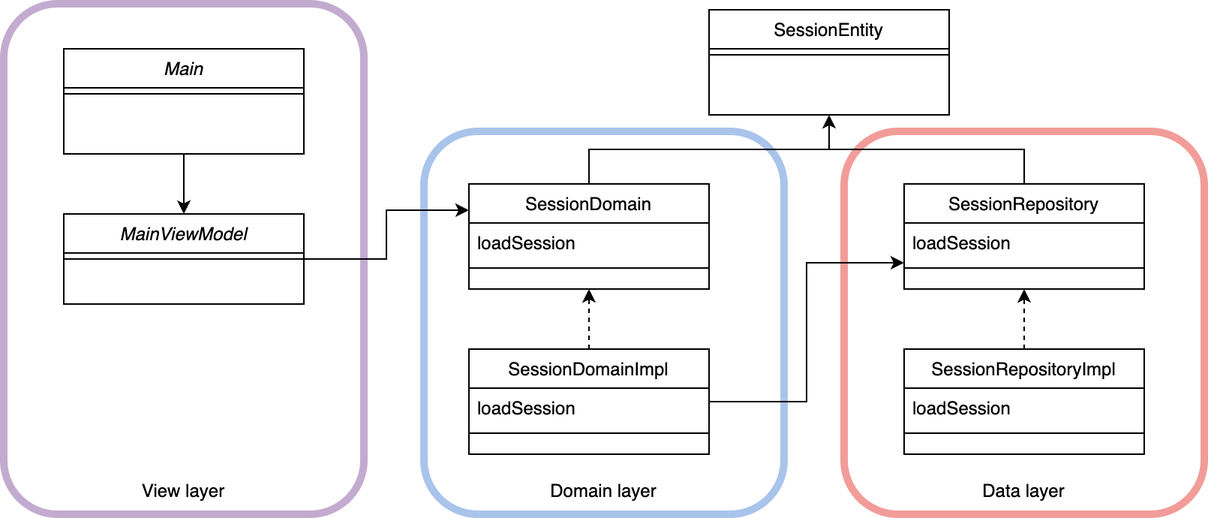
The draw.io diagram images/architecutre.png in droidknights/DroidKnightsApp, before a commit. Source tidied: cells renumbered, new cells last; positions are measured from the earlier drawing's top-left corner, leaving out a move shared by most shapes.
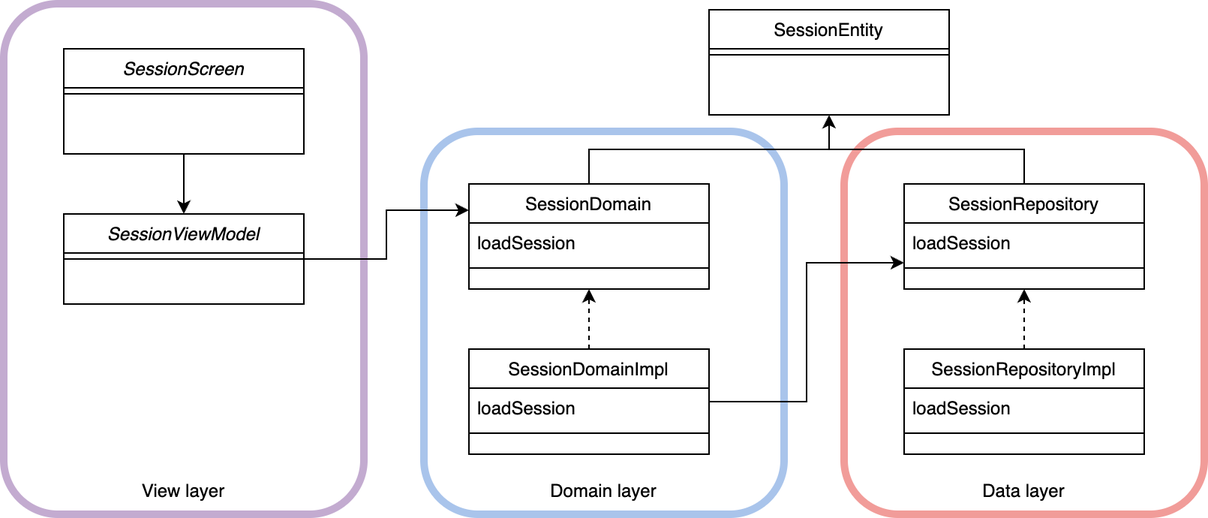
Above is the later version.

Commit message:
(DOC)[#526] 내용 오류 수정

The edit, as a diff of the source:
```diff
@@ -14,7 +14,7 @@
     <mxCell id="5" style="edgeStyle=orthogonalEdgeStyle;rounded=0;jettySize=auto;html=1;entryX=0.5;entryY=0;entryDx=0;entryDy=0;" parent="1" edge="1" source="6" target="9">
       <mxGeometry relative="1" as="geometry" />
     </mxCell>
-    <mxCell id="6" value="Main" style="swimlane;fontStyle=2;align=center;verticalAlign=top;horizontal=1;startSize=26;rounded=0;shadow=0;strokeWidth=1;" parent="1" vertex="1">
+    <mxCell id="6" value="SessionScreen" style="swimlane;fontStyle=2;align=center;verticalAlign=top;horizontal=1;startSize=26;rounded=0;shadow=0;strokeWidth=1;" parent="1" vertex="1">
       <mxGeometry x="40" y="30" width="160" height="70" as="geometry" />
     </mxCell>
     <mxCell id="7" style="line;html=1;strokeWidth=1;align=left;verticalAlign=middle;spacingTop=-1;spacingLeft=3;spacingRight=3;labelPosition=right;" parent="6" vertex="1">
@@ -23,7 +23,7 @@
     <mxCell id="8" style="edgeStyle=orthogonalEdgeStyle;rounded=0;jettySize=auto;html=1;entryX=0;entryY=0.25;entryDx=0;entryDy=0;" parent="1" edge="1" source="9" target="12">
       <mxGeometry relative="1" as="geometry" />
     </mxCell>
-    <mxCell id="9" value="MainViewModel" style="swimlane;fontStyle=2;align=center;verticalAlign=top;horizontal=1;startSize=26;rounded=0;shadow=0;strokeWidth=1;" parent="1" vertex="1">
+    <mxCell id="9" value="SessionViewModel" style="swimlane;fontStyle=2;align=center;verticalAlign=top;horizontal=1;startSize=26;rounded=0;shadow=0;strokeWidth=1;" parent="1" vertex="1">
       <mxGeometry x="40" y="140" width="160" height="60" as="geometry" />
     </mxCell>
     <mxCell id="10" style="line;html=1;strokeWidth=1;align=left;verticalAlign=middle;spacingTop=-1;spacingLeft=3;spacingRight=3;labelPosition=right;" parent="9" vertex="1">
```
